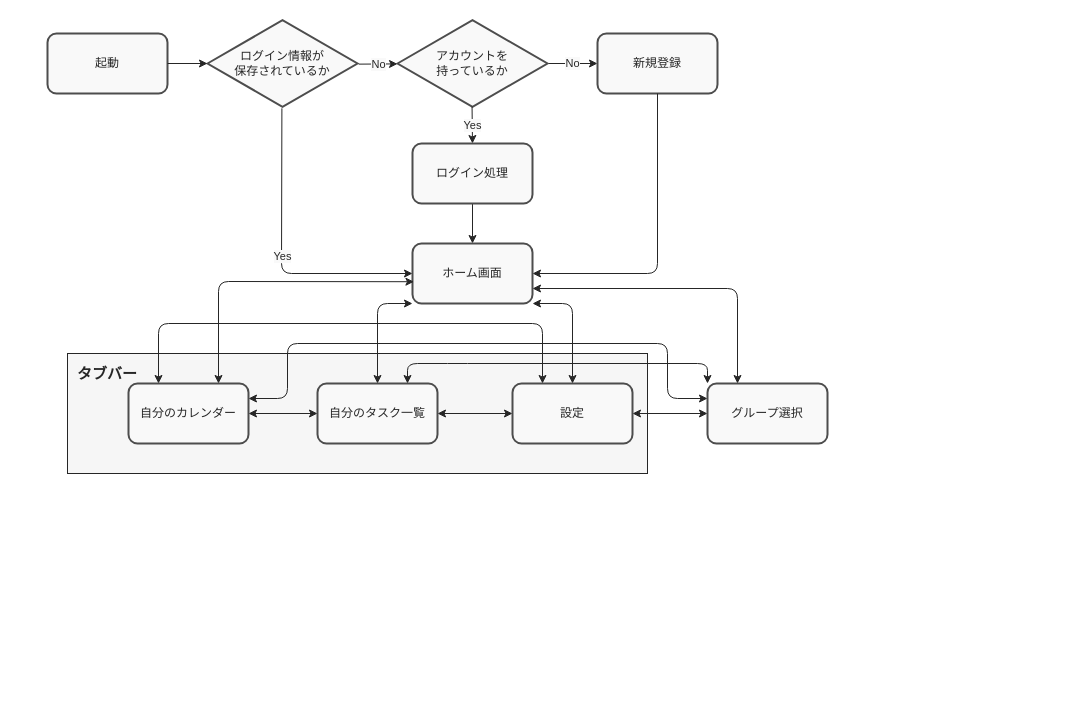
The draw.io diagram Screen_transition.drawio in Re-taro/draw, before the edit. Source tidied: cells renumbered, new cells numbered last; positions are measured from the earlier drawing's top-left corner, leaving out a move shared by most shapes. Both pictures are drawn from the tidied source at 100%, with x=0, y=0 at pixel (47, 18).
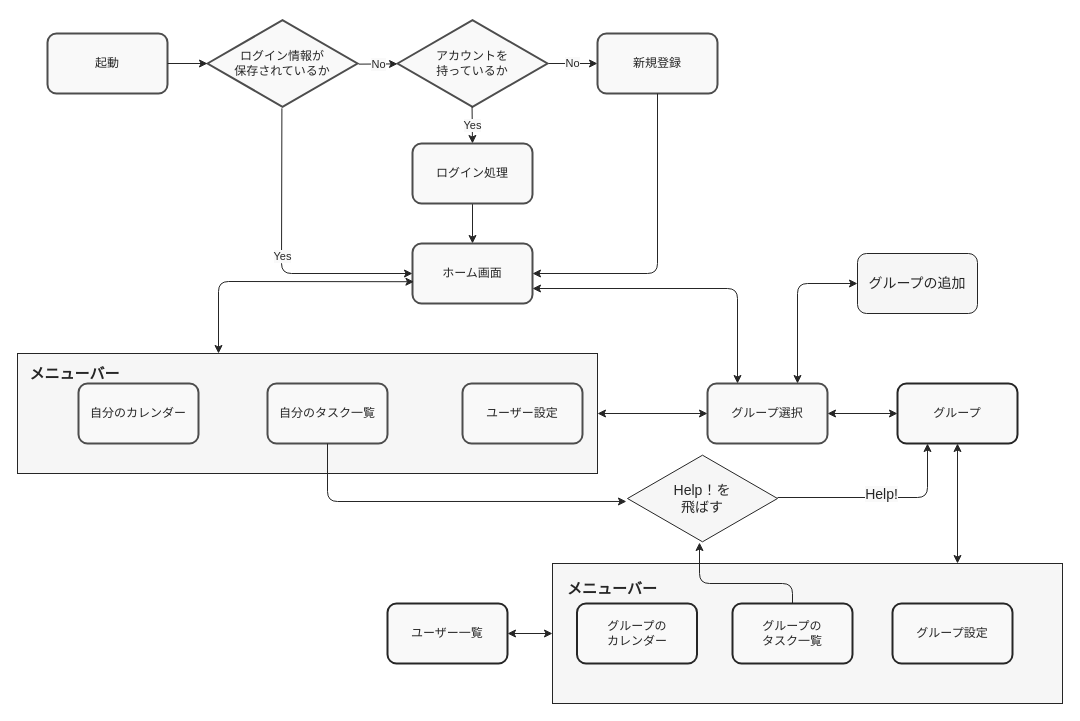
Above is the later version.

Commit message:
[add] screen tramsition

Unchanged cells that the change refers to:
```xml
<mxCell id="15" value="ホーム画面" style="rounded=1;whiteSpace=wrap;html=1;labelBackgroundColor=#F9F9F9;fontColor=#262626;strokeColor=#4D4D4D;strokeWidth=2;fillColor=#F9F9F9;" parent="1" vertex="1">
  <mxGeometry x="365" y="225" width="120" height="60" as="geometry" />
</mxCell>
<mxCell id="22" value="グループ選択" style="rounded=1;whiteSpace=wrap;html=1;labelBackgroundColor=#F9F9F9;fontColor=#262626;strokeColor=#4D4D4D;strokeWidth=2;fillColor=#F9F9F9;" parent="1" vertex="1">
  <mxGeometry x="660" y="365" width="120" height="60" as="geometry" />
</mxCell>
```

Change to the diagram source:
```diff
@@
+    <mxCell id="34" style="rounded=0;whiteSpace=wrap;html=1;strokeColor=#262626;strokeWidth=1;fillColor=#F6F6F6;" parent="1" vertex="1">
+      <mxGeometry x="505" y="545" width="510" height="140" as="geometry" />
+    </mxCell>
     <mxCell id="2" style="rounded=0;whiteSpace=wrap;html=1;fillColor=#F6F6F6;strokeColor=#262626;" parent="1" vertex="1">
-      <mxGeometry x="20" y="335" width="580" height="120" as="geometry" />
+      <mxGeometry x="-30" y="335" width="580" height="120" as="geometry" />
     </mxCell>
@@
     <mxCell id="19" value="自分のカレンダー" style="rounded=1;whiteSpace=wrap;html=1;labelBackgroundColor=#F9F9F9;fontColor=#262626;strokeColor=#4D4D4D;strokeWidth=2;fillColor=#F9F9F9;" parent="1" vertex="1">
-      <mxGeometry x="81" y="365" width="120" height="60" as="geometry" />
+      <mxGeometry x="31" y="365" width="120" height="60" as="geometry" />
     </mxCell>
     <mxCell id="20" value="自分のタスク一覧" style="rounded=1;whiteSpace=wrap;html=1;labelBackgroundColor=#F9F9F9;fontColor=#262626;strokeColor=#4D4D4D;strokeWidth=2;fillColor=#F9F9F9;" parent="1" vertex="1">
-      <mxGeometry x="270" y="365" width="120" height="60" as="geometry" />
+      <mxGeometry x="220" y="365" width="120" height="60" as="geometry" />
     </mxCell>
-    <mxCell id="21" value="設定" style="rounded=1;whiteSpace=wrap;html=1;labelBackgroundColor=#F9F9F9;fontColor=#262626;strokeColor=#4D4D4D;strokeWidth=2;fillColor=#F9F9F9;" parent="1" vertex="1">
-      <mxGeometry x="465" y="365" width="120" height="60" as="geometry" />
+    <mxCell id="21" value="ユーザー設定" style="rounded=1;whiteSpace=wrap;html=1;labelBackgroundColor=#F9F9F9;fontColor=#262626;strokeColor=#4D4D4D;strokeWidth=2;fillColor=#F9F9F9;" parent="1" vertex="1">
+      <mxGeometry x="415" y="365" width="120" height="60" as="geometry" />
     </mxCell>
@@
-    <mxCell id="23" style="endArrow=classic;startArrow=classic;html=1;labelBackgroundColor=#F9F9F9;fontColor=#262626;strokeColor=#262626;exitX=0.75;exitY=0;exitDx=0;exitDy=0;entryX=0.012;entryY=0.637;entryDx=0;entryDy=0;entryPerimeter=0;" parent="1" edge="1" source="19" target="15">
+    <mxCell id="23" style="endArrow=classic;startArrow=classic;html=1;labelBackgroundColor=#F9F9F9;fontColor=#262626;strokeColor=#262626;entryX=0.012;entryY=0.637;entryDx=0;entryDy=0;entryPerimeter=0;" parent="1" edge="1" target="15">
       <mxGeometry relative="1" as="geometry">
+        <mxPoint x="171" y="335" as="sourcePoint" />
         <Array as="points">
           <mxPoint x="171" y="263" />
         </Array>
       </mxGeometry>
     </mxCell>
-    <mxCell id="24" style="endArrow=classic;startArrow=classic;html=1;labelBackgroundColor=#F9F9F9;fontColor=#262626;strokeColor=#262626;exitX=1;exitY=0.5;exitDx=0;exitDy=0;entryX=0;entryY=0.5;entryDx=0;entryDy=0;" parent="1" edge="1" source="19" target="20">
-      <mxGeometry relative="1" as="geometry" />
-    </mxCell>
-    <mxCell id="25" style="endArrow=classic;startArrow=classic;html=1;labelBackgroundColor=#F9F9F9;fontColor=#262626;strokeColor=#262626;exitX=1;exitY=0.5;exitDx=0;exitDy=0;entryX=0;entryY=0.5;entryDx=0;entryDy=0;" parent="1" edge="1" source="20" target="21">
-      <mxGeometry relative="1" as="geometry" />
-    </mxCell>
-    <mxCell id="26" style="endArrow=classic;startArrow=classic;html=1;labelBackgroundColor=#F9F9F9;fontColor=#262626;strokeColor=#262626;exitX=1;exitY=0.5;exitDx=0;exitDy=0;entryX=0;entryY=0.5;entryDx=0;entryDy=0;" parent="1" edge="1" source="21" target="22">
+    <mxCell id="26" style="endArrow=classic;startArrow=classic;html=1;labelBackgroundColor=#F9F9F9;fontColor=#262626;strokeColor=#262626;entryX=0;entryY=0.5;entryDx=0;entryDy=0;exitX=1;exitY=0.5;exitDx=0;exitDy=0;" parent="1" edge="1" source="2" target="22">
       <mxGeometry relative="1" as="geometry" />
     </mxCell>
-    <mxCell id="27" style="endArrow=classic;startArrow=classic;html=1;labelBackgroundColor=#F9F9F9;fontColor=#262626;strokeColor=#262626;entryX=0;entryY=1;entryDx=0;entryDy=0;exitX=0.5;exitY=0;exitDx=0;exitDy=0;" parent="1" edge="1" source="20" target="15">
-      <mxGeometry relative="1" as="geometry">
-        <Array as="points">
-          <mxPoint x="330" y="285" />
-        </Array>
-      </mxGeometry>
-    </mxCell>
-    <mxCell id="28" style="endArrow=classic;startArrow=classic;html=1;labelBackgroundColor=#F9F9F9;fontColor=#262626;strokeColor=#262626;entryX=1;entryY=1;entryDx=0;entryDy=0;exitX=0.5;exitY=0;exitDx=0;exitDy=0;" parent="1" edge="1" source="21" target="15">
-      <mxGeometry relative="1" as="geometry">
-        <Array as="points">
-          <mxPoint x="525" y="285" />
-        </Array>
-      </mxGeometry>
-    </mxCell>
@@
-    <mxCell id="30" style="endArrow=classic;startArrow=classic;html=1;labelBackgroundColor=#F9F9F9;fontColor=#262626;strokeColor=#262626;exitX=0.75;exitY=0;exitDx=0;exitDy=0;" parent="1" edge="1" source="20">
-      <mxGeometry relative="1" as="geometry">
-        <mxPoint x="660" y="365" as="targetPoint" />
-        <Array as="points">
-          <mxPoint x="360" y="345" />
-          <mxPoint x="410" y="345" />
-          <mxPoint x="660" y="345" />
-        </Array>
-      </mxGeometry>
-    </mxCell>
-    <mxCell id="31" style="endArrow=classic;startArrow=classic;html=1;labelBackgroundColor=#F9F9F9;fontColor=#262626;strokeColor=#262626;exitX=1;exitY=0.25;exitDx=0;exitDy=0;entryX=0;entryY=0.25;entryDx=0;entryDy=0;entryPerimeter=0;" parent="1" edge="1" source="19" target="22">
-      <mxGeometry relative="1" as="geometry">
-        <Array as="points">
-          <mxPoint x="240" y="380" />
-          <mxPoint x="240" y="325" />
-          <mxPoint x="620" y="325" />
-          <mxPoint x="620" y="380" />
-        </Array>
-      </mxGeometry>
-    </mxCell>
-    <mxCell id="32" style="endArrow=classic;startArrow=classic;html=1;labelBackgroundColor=#F9F9F9;fontColor=#262626;strokeColor=#262626;exitX=0.25;exitY=0;exitDx=0;exitDy=0;entryX=0.25;entryY=0;entryDx=0;entryDy=0;" parent="1" edge="1" source="19" target="21">
-      <mxGeometry relative="1" as="geometry">
-        <Array as="points">
-          <mxPoint x="111" y="305" />
-          <mxPoint x="495" y="305" />
-        </Array>
-      </mxGeometry>
-    </mxCell>
-    <mxCell id="33" value="&lt;font color=&quot;#262626&quot; style=&quot;font-size: 15px&quot;&gt;&lt;b&gt;タブバー&lt;/b&gt;&lt;/font&gt;" style="text;html=1;strokeColor=none;fillColor=none;align=center;verticalAlign=middle;whiteSpace=wrap;rounded=0;" parent="1" vertex="1">
-      <mxGeometry x="25" y="345" width="70" height="20" as="geometry" />
+    <mxCell id="33" value="&lt;font color=&quot;#262626&quot;&gt;&lt;span style=&quot;font-size: 15px&quot;&gt;&lt;span&gt;メニューバー&lt;/span&gt;&lt;/span&gt;&lt;/font&gt;" style="text;html=1;strokeColor=none;fillColor=none;align=center;verticalAlign=middle;whiteSpace=wrap;rounded=0;fontStyle=1;" parent="1" vertex="1">
+      <mxGeometry x="-25" y="345" width="105" height="20" as="geometry" />
     </mxCell>
+    <mxCell id="35" value="&lt;font color=&quot;#262626&quot;&gt;グループ&lt;/font&gt;" style="rounded=1;whiteSpace=wrap;html=1;strokeColor=#262626;strokeWidth=2;fillColor=#F9F9F9;" parent="1" vertex="1">
+      <mxGeometry x="850" y="365" width="120" height="60" as="geometry" />
+    </mxCell>
+    <mxCell id="36" style="endArrow=classic;startArrow=classic;html=1;exitX=1;exitY=0.5;exitDx=0;exitDy=0;entryX=0;entryY=0.5;entryDx=0;entryDy=0;strokeColor=#262626;" parent="1" edge="1" source="22" target="35">
+      <mxGeometry relative="1" as="geometry" />
+    </mxCell>
+    <mxCell id="37" value="&lt;font color=&quot;#262626&quot;&gt;グループ設定&lt;/font&gt;" style="rounded=1;whiteSpace=wrap;html=1;strokeColor=#262626;strokeWidth=2;fillColor=#F9F9F9;" parent="1" vertex="1">
+      <mxGeometry x="845" y="585" width="120" height="60" as="geometry" />
+    </mxCell>
+    <mxCell id="38" value="&lt;font color=&quot;#262626&quot;&gt;グループの&lt;br&gt;タスク一覧&lt;br&gt;&lt;/font&gt;" style="rounded=1;whiteSpace=wrap;html=1;strokeColor=#262626;strokeWidth=2;fillColor=#F9F9F9;" parent="1" vertex="1">
+      <mxGeometry x="685" y="585" width="120" height="60" as="geometry" />
+    </mxCell>
+    <mxCell id="39" value="&lt;font color=&quot;#262626&quot;&gt;グループの&lt;br&gt;カレンダー&lt;/font&gt;" style="rounded=1;whiteSpace=wrap;html=1;strokeColor=#262626;strokeWidth=2;fillColor=#F9F9F9;" parent="1" vertex="1">
+      <mxGeometry x="529.5" y="585" width="120" height="60" as="geometry" />
+    </mxCell>
+    <mxCell id="40" value="&lt;font color=&quot;#262626&quot;&gt;ユーザー一覧&lt;/font&gt;" style="rounded=1;whiteSpace=wrap;html=1;strokeColor=#262626;strokeWidth=2;fillColor=#F9F9F9;" parent="1" vertex="1">
+      <mxGeometry x="340" y="585" width="120" height="60" as="geometry" />
+    </mxCell>
+    <mxCell id="41" style="endArrow=classic;startArrow=classic;html=1;strokeColor=#262626;exitX=1;exitY=0.5;exitDx=0;exitDy=0;" parent="1" edge="1" source="40">
+      <mxGeometry relative="1" as="geometry">
+        <mxPoint x="505" y="615" as="targetPoint" />
+      </mxGeometry>
+    </mxCell>
+    <mxCell id="42" style="endArrow=classic;startArrow=classic;html=1;strokeColor=#262626;entryX=0.5;entryY=1;entryDx=0;entryDy=0;" parent="1" edge="1" target="35">
+      <mxGeometry relative="1" as="geometry">
+        <mxPoint x="910" y="545" as="sourcePoint" />
+      </mxGeometry>
+    </mxCell>
+    <mxCell id="43" value="&lt;font color=&quot;#262626&quot; style=&quot;font-size: 15px&quot;&gt;メニューバー&lt;/font&gt;" style="text;html=1;strokeColor=none;fillColor=none;align=center;verticalAlign=middle;whiteSpace=wrap;rounded=0;fontStyle=1;fontSize=14;" parent="1" vertex="1">
+      <mxGeometry x="515" y="555" width="100" height="30" as="geometry" />
+    </mxCell>
+    <mxCell id="44" value="&lt;font color=&quot;#262626&quot;&gt;グループの追加&lt;/font&gt;" style="rounded=1;whiteSpace=wrap;html=1;fontSize=14;strokeColor=#262626;strokeWidth=1;fillColor=#F6F6F6;" parent="1" vertex="1">
+      <mxGeometry x="810" y="235" width="120" height="60" as="geometry" />
+    </mxCell>
+    <mxCell id="45" style="endArrow=classic;startArrow=classic;html=1;fontSize=14;strokeColor=#262626;exitX=0.75;exitY=0;exitDx=0;exitDy=0;entryX=0;entryY=0.5;entryDx=0;entryDy=0;" parent="1" edge="1" source="22" target="44">
+      <mxGeometry relative="1" as="geometry">
+        <Array as="points">
+          <mxPoint x="750" y="265" />
+        </Array>
+      </mxGeometry>
+    </mxCell>
+    <mxCell id="46" value="Help！を&lt;br&gt;飛ばす" style="html=1;whiteSpace=wrap;shape=isoRectangle;fontSize=14;fontColor=#262626;strokeColor=#262626;strokeWidth=1;fillColor=#F6F6F6;" parent="1" vertex="1">
+      <mxGeometry x="580" y="435" width="150" height="90" as="geometry" />
+    </mxCell>
+    <mxCell id="47" style="endArrow=classic;html=1;fontSize=14;fontColor=#262626;strokeColor=#262626;exitX=0.5;exitY=1;exitDx=0;exitDy=0;entryX=-0.007;entryY=0.533;entryDx=0;entryDy=0;entryPerimeter=0;" parent="1" edge="1" source="20" target="46">
+      <mxGeometry relative="1" as="geometry">
+        <Array as="points">
+          <mxPoint x="280" y="483" />
+        </Array>
+      </mxGeometry>
+    </mxCell>
+    <mxCell id="48" style="endArrow=classic;html=1;fontSize=14;fontColor=#262626;strokeColor=#262626;exitX=0.5;exitY=0;exitDx=0;exitDy=0;entryX=0.48;entryY=0.989;entryDx=0;entryDy=0;entryPerimeter=0;" parent="1" edge="1" source="38" target="46">
+      <mxGeometry relative="1" as="geometry">
+        <Array as="points">
+          <mxPoint x="745" y="565" />
+          <mxPoint x="652" y="565" />
+        </Array>
+      </mxGeometry>
+    </mxCell>
+    <mxCell id="49" style="endArrow=classic;html=1;fontSize=14;fontColor=#262626;strokeColor=#262626;exitX=1;exitY=0.489;exitDx=0;exitDy=0;exitPerimeter=0;entryX=0.25;entryY=1;entryDx=0;entryDy=0;" parent="1" edge="1" source="46" target="35">
+      <mxGeometry relative="1" as="geometry">
+        <Array as="points">
+          <mxPoint x="880" y="479" />
+        </Array>
+      </mxGeometry>
+    </mxCell>
+    <mxCell id="50" value="&lt;span style=&quot;background-color: rgb(249 , 249 , 249)&quot;&gt;Help!&lt;/span&gt;" style="edgeLabel;html=1;align=center;verticalAlign=middle;fontSize=14;fontColor=#262626;" parent="49" vertex="1">
+      <mxGeometry x="0.01" y="-4" relative="1" as="geometry">
+        <mxPoint y="-8" as="offset" />
+      </mxGeometry>
+    </mxCell>
```
